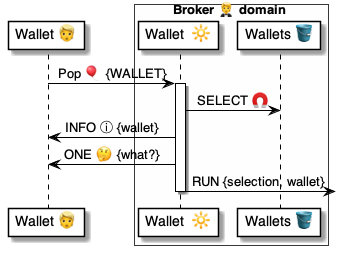
Before: 4 ⚙️ Solution/20 🧑‍🦰 UI/Brokers 🤵/🤵😃 Broker talkers/PopWallet 🧑‍🦰 talker/Wallet/🤵 PopWallet ⚙️ uml.png, a diagram exported from PlantUML (pollyweb-org/pollyweb-docs). Its source is kept beside it as 4 ⚙️ Solution/20 🧑‍🦰 UI/Brokers 🤵/🤵😃 Broker talkers/PopWallet 🧑‍🦰 talker/Wallet/🤵 PopWallet ⚙️ uml.puml. The source it was exported from:
```plantuml
@startuml PopWallet

participant "Wallet 👱" as wallet
box Broker 🤵 domain #FFFFFA
    participant "Wallet  🔆" as popped
    participant "Wallets 🪣" as wallets
end box


wallet -> popped: Pop 🎈 {WALLET}

activate popped
    popped -> wallets: SELECT 🧲
    popped -> wallet: INFO ⓘ {wallet}
    popped -> wallet: ONE 🤔 {what?}
    popped -> : RUN {selection, wallet}
deactivate popped


@enduml
```
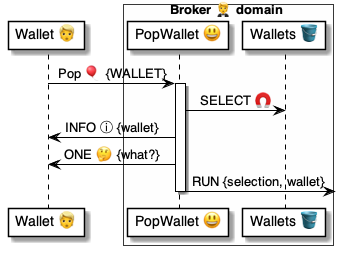
Above is the later version.

Diff of the diagram source:
```diff
@@ -2,7 +2,7 @@
 
 participant "Wallet 👱" as wallet
 box Broker 🤵 domain #FFFFFA
-    participant "Wallet  🔆" as popped
+    participant "PopWallet 😃" as popped
     participant "Wallets 🪣" as wallets
 end box
 
```
